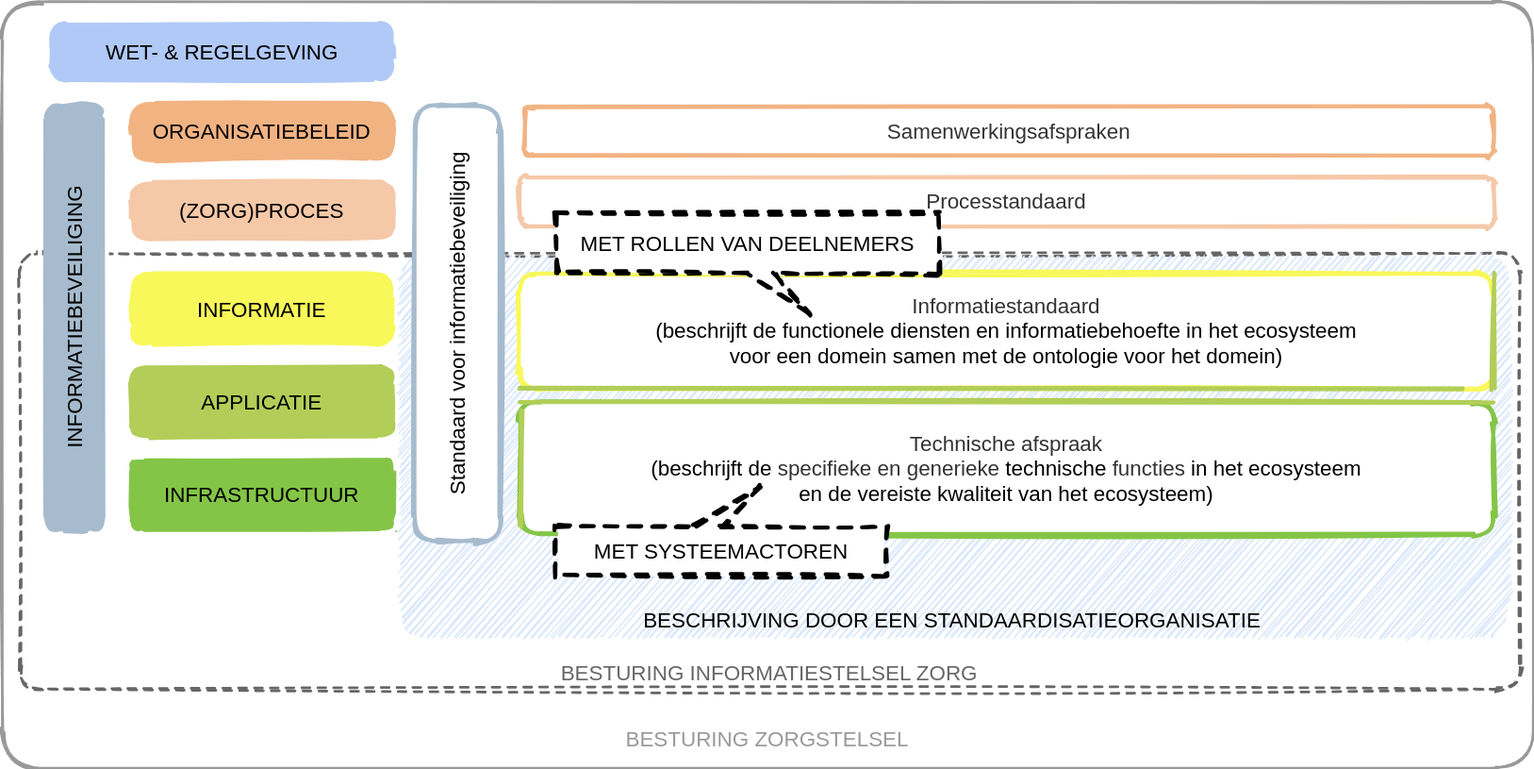
dizra/docs keeps this draw.io diagram as .gitbook/assets/overview.svg. Above is the earlier version. Source tidied: cells renumbered, new cells last; positions are measured from the earlier drawing's top-left corner, leaving out a move shared by most shapes.
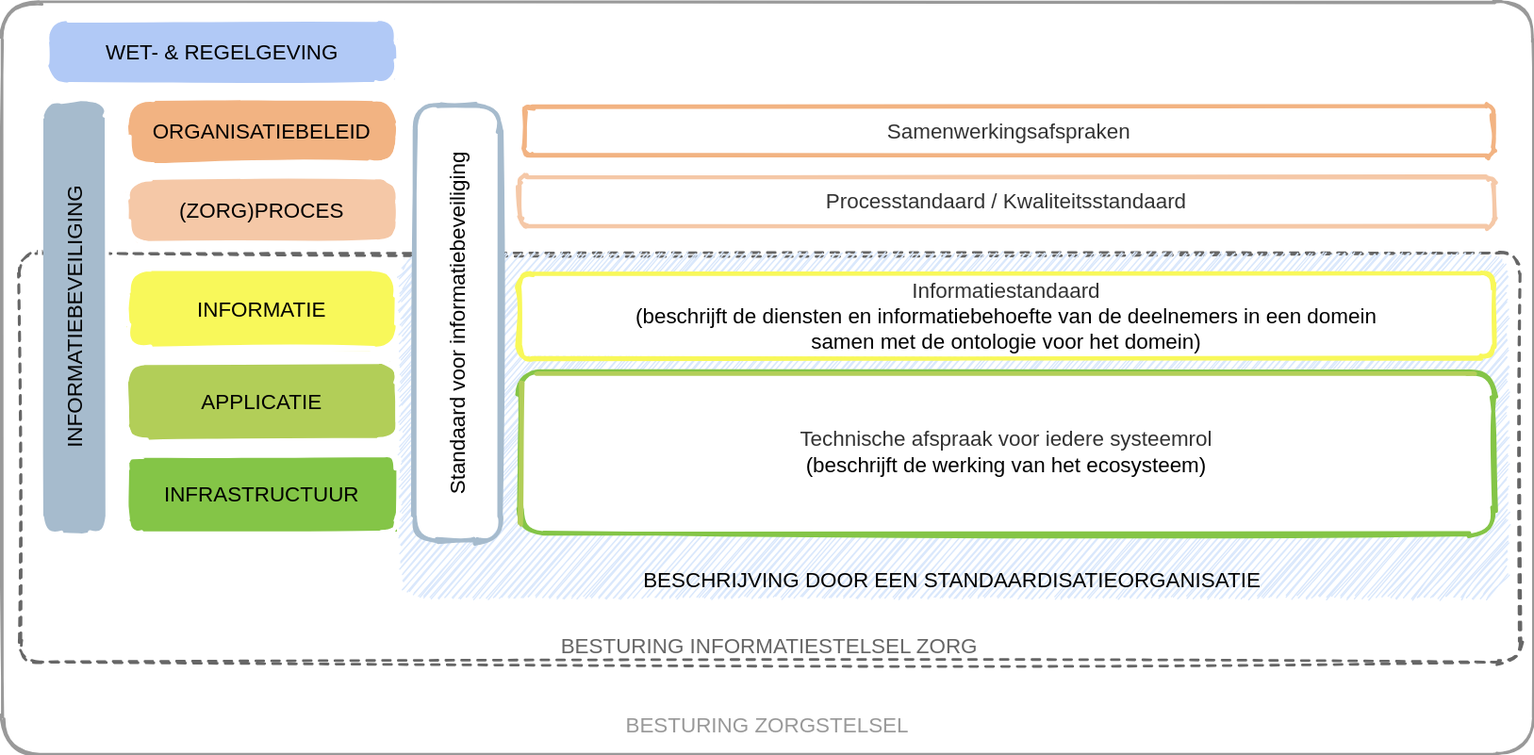
Above is the later version.

The edit, as a diff of the source:
```diff
@@ -3,10 +3,10 @@
     <mxCell id="0" />
     <mxCell id="1" parent="0" />
     <mxCell id="2" value="BESTURING ZORGSTELSEL" style="rounded=1;whiteSpace=wrap;html=1;strokeWidth=2;fontSize=16;align=center;arcSize=5;verticalAlign=bottom;sketch=1;fillStyle=solid;fillColor=none;strokeColor=#999999;fontColor=#999999;spacingBottom=10;" parent="1" vertex="1">
-      <mxGeometry x="110" width="1160" height="580" as="geometry" />
+      <mxGeometry x="110" width="1160" height="570" as="geometry" />
     </mxCell>
     <mxCell id="3" value="BESTURING INFORMATIESTELSEL ZORG" style="rounded=1;whiteSpace=wrap;html=1;strokeWidth=2;fontSize=16;align=center;arcSize=5;verticalAlign=bottom;dashed=1;sketch=1;fillStyle=solid;fillColor=none;fontColor=#666666;strokeColor=#666666;" parent="1" vertex="1">
-      <mxGeometry x="123" y="190" width="1137" height="330" as="geometry" />
+      <mxGeometry x="123" y="190" width="1137" height="310" as="geometry" />
     </mxCell>
     <mxCell id="4" value="ORGANISATIEBELEID" style="rounded=1;whiteSpace=wrap;html=1;arcSize=40;fillColor=#F2B382;fontSize=16;strokeWidth=3;strokeColor=#FFFFFF;sketch=1;fillStyle=solid;" parent="1" vertex="1">
       <mxGeometry x="204.5" y="72.7" width="205.5" height="50" as="geometry" />
@@ -30,43 +30,28 @@
       <mxGeometry y="213.9" width="329.6" height="50" as="geometry" />
     </mxCell>
     <mxCell id="11" value="BESCHRIJVING DOOR EEN STANDAARDISATIEORGANISATIE" style="rounded=1;whiteSpace=wrap;html=1;fillColor=#dae8fc;verticalAlign=bottom;spacingTop=5;fontSize=16;sketch=1;arcSize=7;strokeColor=none;" parent="1" vertex="1">
-      <mxGeometry x="410" y="190" width="840" height="290" as="geometry" />
+      <mxGeometry x="410" y="190" width="840" height="260" as="geometry" />
     </mxCell>
-    <mxCell id="12" value="Informatiestandaard&lt;br&gt;&lt;span style=&quot;color: rgb(0 , 0 , 0)&quot;&gt;(beschrijft de functionele diensten en informatiebehoefte in het&amp;nbsp;&lt;/span&gt;&lt;span style=&quot;color: rgb(0 , 0 , 0)&quot;&gt;ecosysteem &lt;br&gt;voor een domein samen met de ontologie voor het domein)&lt;/span&gt;" style="rounded=1;whiteSpace=wrap;html=1;sketch=1;fontSize=16;fontColor=#333333;strokeColor=#F8F85A;strokeWidth=3;fillColor=#FFFFFF;" parent="1" vertex="1">
-      <mxGeometry x="502" y="205.5" width="738" height="87.3" as="geometry" />
+    <mxCell id="12" value="Informatiestandaard&lt;br&gt;&lt;span style=&quot;color: rgb(0 , 0 , 0)&quot;&gt;(beschrijft de diensten en informatiebehoefte van de deelnemers&lt;/span&gt;&lt;span style=&quot;color: rgb(0 , 0 , 0)&quot;&gt;&amp;nbsp;in een domein &lt;br&gt;samen met de ontologie voor het domein)&lt;/span&gt;" style="rounded=1;whiteSpace=wrap;html=1;sketch=1;fontSize=16;fontColor=#333333;strokeColor=#F8F85A;strokeWidth=3;fillColor=#FFFFFF;" parent="1" vertex="1">
+      <mxGeometry x="502" y="205.5" width="738" height="64.5" as="geometry" />
     </mxCell>
-    <mxCell id="13" value="Technische afspraak&lt;br&gt;&lt;span style=&quot;color: rgb(0 , 0 , 0)&quot;&gt;(beschrijft de&amp;nbsp;&lt;/span&gt;specifieke en generieke&amp;nbsp;&lt;span style=&quot;color: rgb(0 , 0 , 0)&quot;&gt;technische&amp;nbsp;&lt;/span&gt;functies&lt;span style=&quot;color: rgb(0 , 0 , 0)&quot;&gt;&amp;nbsp;in het&amp;nbsp;&lt;/span&gt;&lt;span style=&quot;color: rgb(0 , 0 , 0)&quot;&gt;ecosysteem &lt;br&gt;en de vereiste&amp;nbsp;&lt;/span&gt;&lt;span style=&quot;color: rgb(0 , 0 , 0)&quot;&gt;kwaliteit&amp;nbsp;van het ecosysteem&lt;/span&gt;&lt;span style=&quot;color: rgb(0 , 0 , 0)&quot;&gt;)&lt;/span&gt;" style="rounded=1;whiteSpace=wrap;html=1;sketch=1;fontSize=16;fontColor=#333333;strokeColor=#84C547;strokeWidth=3;fillColor=#FFFFFF;" parent="1" vertex="1">
-      <mxGeometry x="502" y="302.7" width="738" height="100" as="geometry" />
+    <mxCell id="13" value="Technische afspraak voor iedere systeemrol&lt;br&gt;&lt;span style=&quot;color: rgb(0 , 0 , 0)&quot;&gt;(beschrijft de werking van het ecosysteem&lt;/span&gt;&lt;span style=&quot;color: rgb(0 , 0 , 0)&quot;&gt;)&lt;/span&gt;" style="rounded=1;whiteSpace=wrap;html=1;sketch=1;fontSize=16;fontColor=#333333;strokeColor=#84C547;strokeWidth=3;fillColor=#FFFFFF;" parent="1" vertex="1">
+      <mxGeometry x="502" y="280" width="738" height="122.7" as="geometry" />
     </mxCell>
-    <mxCell id="14" style="endArrow=none;html=1;fontSize=16;exitX=0;exitY=1;exitDx=0;exitDy=0;entryX=0.968;entryY=1;entryDx=0;entryDy=0;entryPerimeter=0;strokeWidth=3;strokeColor=#B2CE58;sketch=1;" parent="1" edge="1" source="12" target="12">
-      <mxGeometry relative="1" as="geometry" />
-    </mxCell>
-    <mxCell id="15" style="endArrow=none;html=1;fontSize=16;exitX=1;exitY=1;exitDx=0;exitDy=0;entryX=1;entryY=0;entryDx=0;entryDy=0;strokeWidth=3;strokeColor=#B2CE58;sketch=1;" parent="1" edge="1" source="12" target="12">
-      <mxGeometry relative="1" as="geometry" />
-    </mxCell>
-    <mxCell id="16" style="shape=callout;whiteSpace=wrap;html=1;perimeter=calloutPerimeter;dashed=1;sketch=1;strokeColor=#000000;strokeWidth=3;fontSize=16;position2=0.38;rotation=-180;" parent="1" vertex="1">
-      <mxGeometry x="530" y="367" width="250" height="67.3" as="geometry" />
-    </mxCell>
-    <mxCell id="17" value="MET SYSTEEMACTOREN" style="text;html=1;strokeColor=none;fillColor=none;align=center;verticalAlign=middle;whiteSpace=wrap;rounded=0;dashed=1;sketch=1;fontSize=16;" parent="1" vertex="1">
-      <mxGeometry x="550" y="406.4" width="210" height="20" as="geometry" />
-    </mxCell>
     <mxCell id="18" value="Standaard voor informatiebeveiliging" style="rounded=1;whiteSpace=wrap;html=1;arcSize=28;fontSize=16;strokeWidth=3;rotation=-90;sketch=1;fillStyle=solid;strokeColor=#A6BBCD;fillColor=#FFFFFF;" parent="1" vertex="1">
       <mxGeometry x="290.2" y="211.3" width="329.6" height="64.5" as="geometry" />
     </mxCell>
-    <mxCell id="19" style="endArrow=none;html=1;fontSize=16;strokeWidth=3;strokeColor=#B2CE58;sketch=1;exitX=0;exitY=0;exitDx=0;exitDy=0;entryX=1;entryY=0;entryDx=0;entryDy=0;" parent="1" edge="1" source="13" target="13">
-      <mxGeometry relative="1" as="geometry" />
-    </mxCell>
     <mxCell id="20" style="endArrow=none;html=1;fontSize=16;exitX=0.002;exitY=0.943;exitDx=0;exitDy=0;entryX=0.003;entryY=0.073;entryDx=0;entryDy=0;strokeWidth=3;strokeColor=#B2CE58;sketch=1;exitPerimeter=0;entryPerimeter=0;" parent="1" edge="1" source="13" target="13">
       <mxGeometry relative="1" as="geometry" />
     </mxCell>
     <mxCell id="21" value="Samenwerkingsafspraken" style="rounded=1;whiteSpace=wrap;html=1;sketch=1;fontSize=16;fontColor=#333333;strokeWidth=3;fillColor=#FFFFFF;strokeColor=#F2B382;" parent="1" vertex="1">
       <mxGeometry x="506" y="79.1" width="734" height="37.3" as="geometry" />
     </mxCell>
-    <mxCell id="22" value="Processtandaard" style="rounded=1;whiteSpace=wrap;html=1;sketch=1;fontSize=16;fontColor=#333333;strokeWidth=3;fillColor=#FFFFFF;strokeColor=#F5C8A7;" parent="1" vertex="1">
+    <mxCell id="22" value="Processtandaard / Kwaliteitsstandaard" style="rounded=1;whiteSpace=wrap;html=1;sketch=1;fontSize=16;fontColor=#333333;strokeWidth=3;fillColor=#FFFFFF;strokeColor=#F5C8A7;" parent="1" vertex="1">
       <mxGeometry x="502" y="132.7" width="738" height="37.3" as="geometry" />
     </mxCell>
-    <mxCell id="23" value="&lt;span&gt;MET ROLLEN VAN DEELNEMERS&lt;/span&gt;" style="shape=callout;whiteSpace=wrap;html=1;perimeter=calloutPerimeter;dashed=1;sketch=1;strokeColor=#000000;strokeWidth=3;fontSize=16;position2=0.66;" parent="1" vertex="1">
-      <mxGeometry x="530" y="160" width="290" height="75.5" as="geometry" />
-    </mxCell>
+    <mxCell id="19" style="endArrow=none;html=1;fontSize=16;exitX=0.98;exitY=0.008;exitDx=0;exitDy=0;entryX=0.018;entryY=0.008;entryDx=0;entryDy=0;strokeWidth=3;strokeColor=#B2CE58;sketch=1;exitPerimeter=0;entryPerimeter=0;" parent="1" edge="1" source="13" target="13">
+      <mxGeometry relative="1" as="geometry" />
+    </mxCell>
   </root>
 </mxGraphModel>
```
